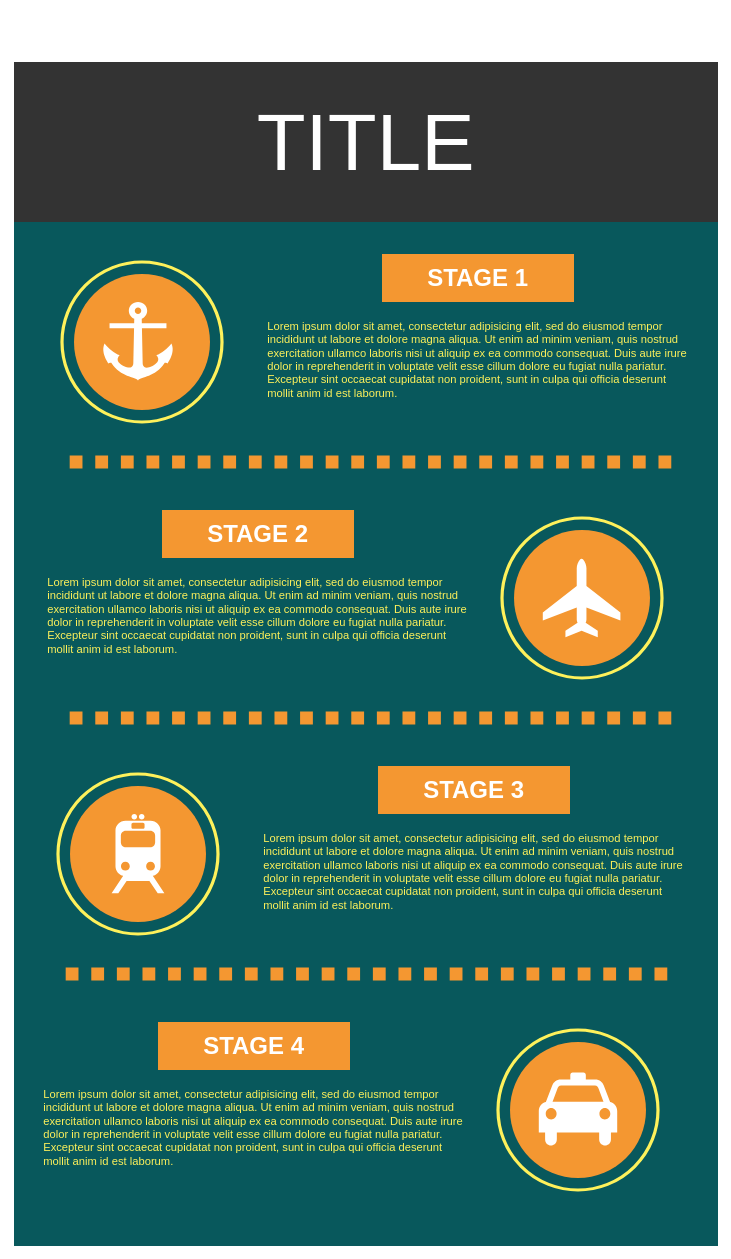
Before: Untitled Diagram.drawio in yothinin/CFromZero, a draw.io diagram. Source tidied: cells renumbered, new cells numbered last; positions are measured from the earlier drawing's top-left corner, leaving out a move shared by most shapes. Both pictures are drawn from the tidied source at 80%, with x=0, y=0 at pixel (14, 62).
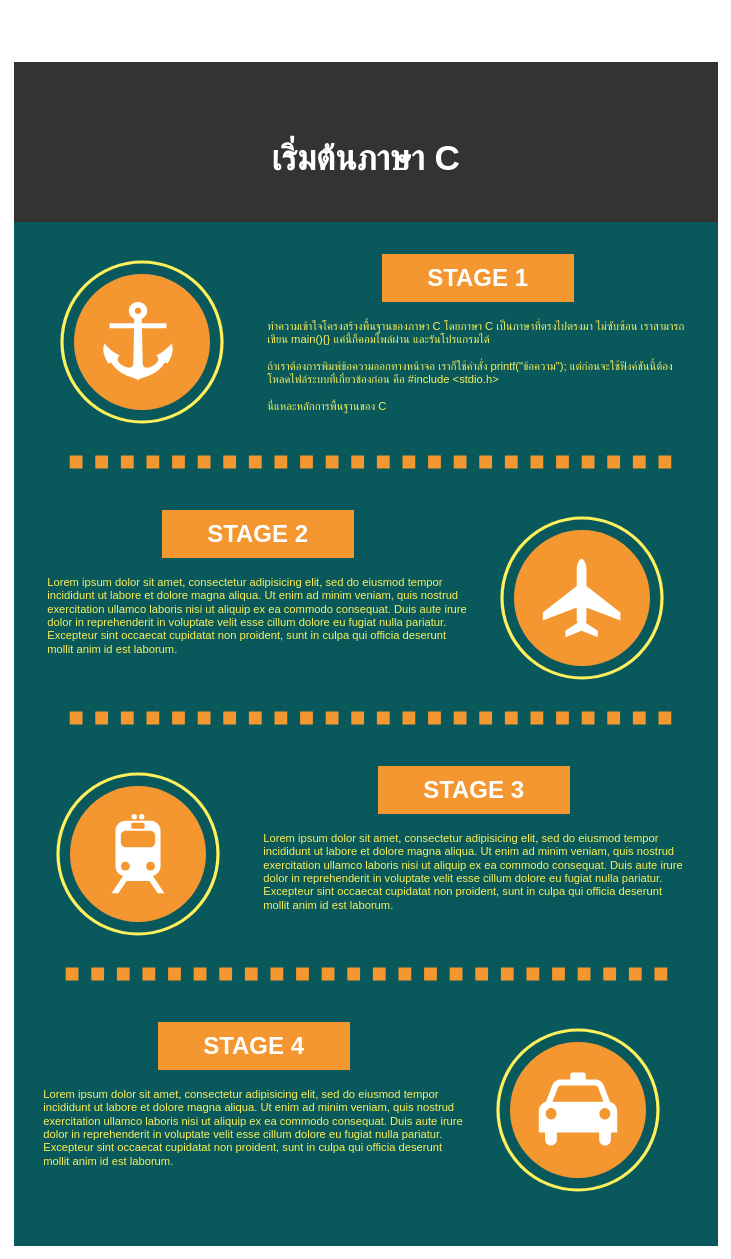
After the change.

Diff of the diagram source:
```diff
@@
-    <mxCell id="3" value="TITLE" style="whiteSpace=wrap;html=1;rounded=0;shadow=0;dashed=0;strokeColor=none;strokeWidth=4;fillColor=#333333;gradientColor=none;fontFamily=Helvetica;fontSize=100;fontColor=#FFFFFF;align=center;" parent="1" vertex="1">
+    <mxCell id="3" value="&lt;p&gt;&lt;b&gt;&lt;font style=&quot;font-size: 44px;&quot;&gt;เริ่มต้นภาษา C&lt;/font&gt;&lt;/b&gt;&lt;/p&gt;" style="whiteSpace=wrap;html=1;rounded=0;shadow=0;dashed=0;strokeColor=none;strokeWidth=4;fillColor=#333333;gradientColor=none;fontFamily=Helvetica;fontSize=100;fontColor=#FFFFFF;align=center;" parent="1" vertex="1">
       <mxGeometry width="880" height="200" as="geometry" />
     </mxCell>
@@
-    <mxCell id="8" value="Lorem ipsum dolor sit amet, consectetur adipisicing elit, sed do eiusmod tempor incididunt ut labore et dolore magna aliqua. Ut enim ad minim veniam, quis nostrud exercitation ullamco laboris nisi ut aliquip ex ea commodo consequat. Duis aute irure dolor in reprehenderit in voluptate velit esse cillum dolore eu fugiat nulla pariatur. Excepteur sint occaecat cupidatat non proident, sunt in culpa qui officia deserunt mollit anim id est laborum." style="text;spacingTop=-5;fillColor=#ffffff;whiteSpace=wrap;html=1;align=left;fontSize=14;fontFamily=Helvetica;fillColor=none;strokeColor=none;rounded=0;shadow=0;dashed=0;fontColor=#FEF15B;" parent="1" vertex="1">
+    <mxCell id="8" value="&lt;div&gt;ทำความเข้าใจโครงสร้างพื้นฐานของภาษา C โดยภาษา C เป็นภาษาที่ตรงไปตรงมา ไม่ซับซ้อน เราสามารถเขียน main(){} แค่นี้ก็คอมไพล์ผ่าน และรันโปรแกรมได้ &lt;br&gt;&lt;/div&gt;&lt;div&gt;&lt;br&gt;&lt;/div&gt;&lt;div&gt;ถ้าเราต้องการพิมพ์ข้อความออกทางหน้าจอ เราก็ใช้คำสั่ง printf(&quot;ข้อความ&quot;); แต่ก่อนจะใช้ฟังค์ชันนี้ต้องโหลดไฟล์ระบบที่เกี่ยวข้องก่อน คือ #include &amp;lt;stdio.h&amp;gt; &lt;br&gt;&lt;/div&gt;&lt;div&gt;&lt;br&gt;&lt;/div&gt;&lt;div&gt;นี่แหละหลักการพื้นฐานของ C&lt;br&gt;&lt;/div&gt;" style="text;spacingTop=-5;fillColor=#ffffff;whiteSpace=wrap;html=1;align=left;fontSize=14;fontFamily=Helvetica;fillColor=none;strokeColor=none;rounded=0;shadow=0;dashed=0;fontColor=#FEF15B;" parent="1" vertex="1">
       <mxGeometry x="315" y="320" width="535" height="130" as="geometry" />
     </mxCell>
```
